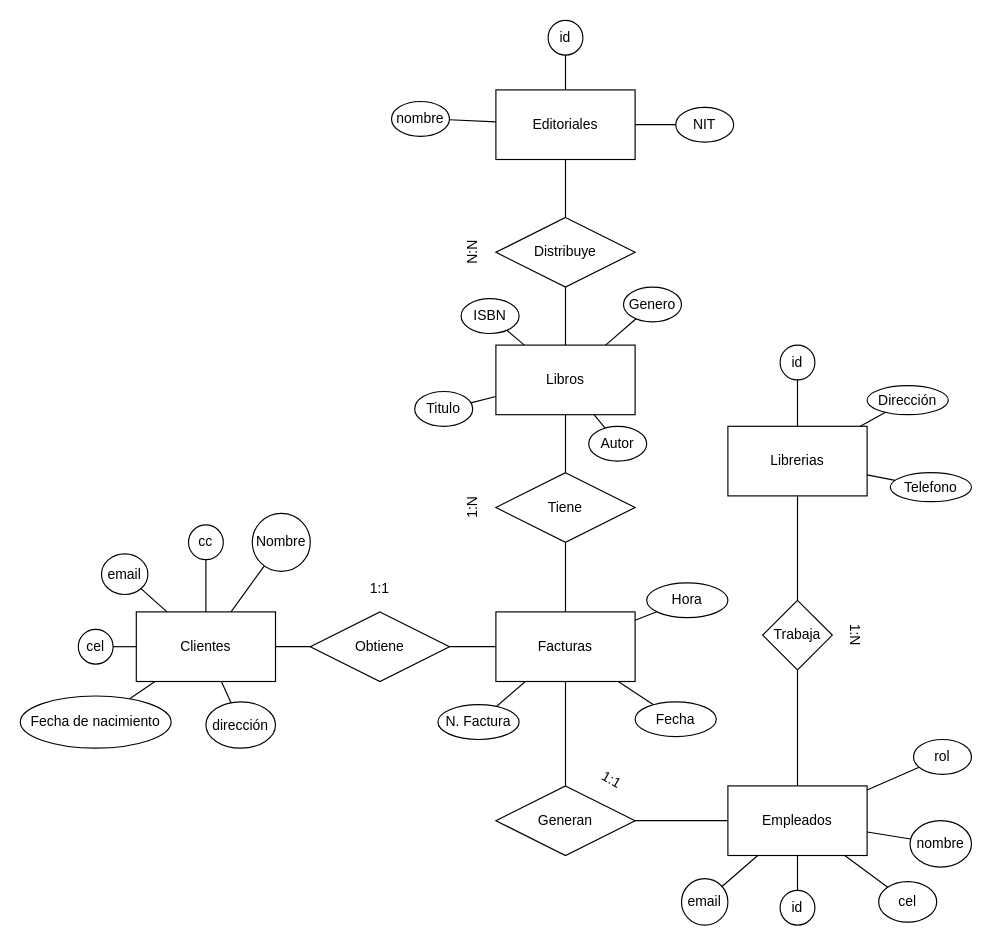
Earlier version of the draw.io diagram diagrama-libreria.drawio (juangduque/bit-classes-2023). Source tidied: cells renumbered, new cells numbered last; positions are measured from the earlier drawing's top-left corner, leaving out a move shared by most shapes. Both pictures are drawn from the tidied source at 116%, with x=0, y=0 at pixel (20, 20).
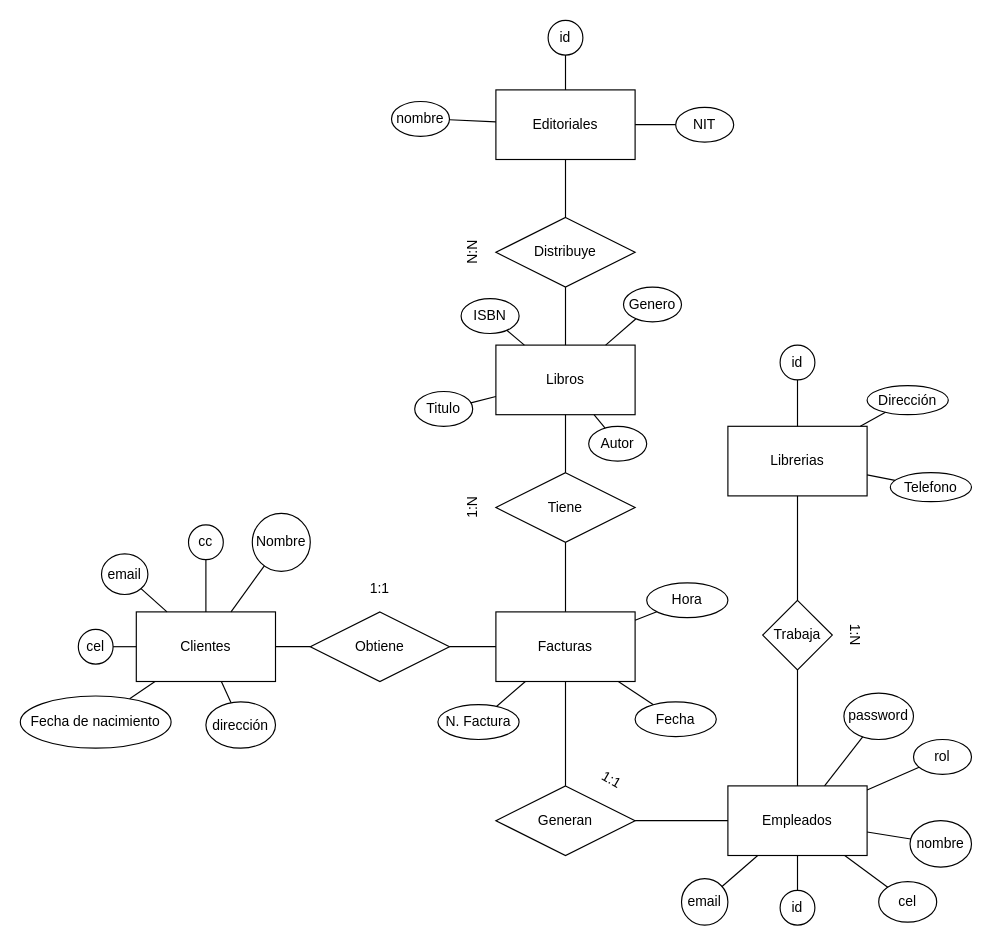
The same page after the edit.

Unchanged cells that the change refers to:
```xml
<mxCell id="5" value="Empleados" style="rounded=0;whiteSpace=wrap;html=1;" parent="1" vertex="1">
  <mxGeometry x="610" y="660" width="120" height="60" as="geometry" />
</mxCell>
```

Diff of the diagram source:
```diff
@@
+    <mxCell id="76" value="password" style="ellipse;whiteSpace=wrap;html=1;" parent="1" vertex="1">
+      <mxGeometry x="710" y="580" width="60" height="40" as="geometry" />
+    </mxCell>
+    <mxCell id="77" style="endArrow=none;html=1;rounded=0;" parent="1" edge="1" source="5" target="76">
+      <mxGeometry relative="1" as="geometry" />
+    </mxCell>
```
